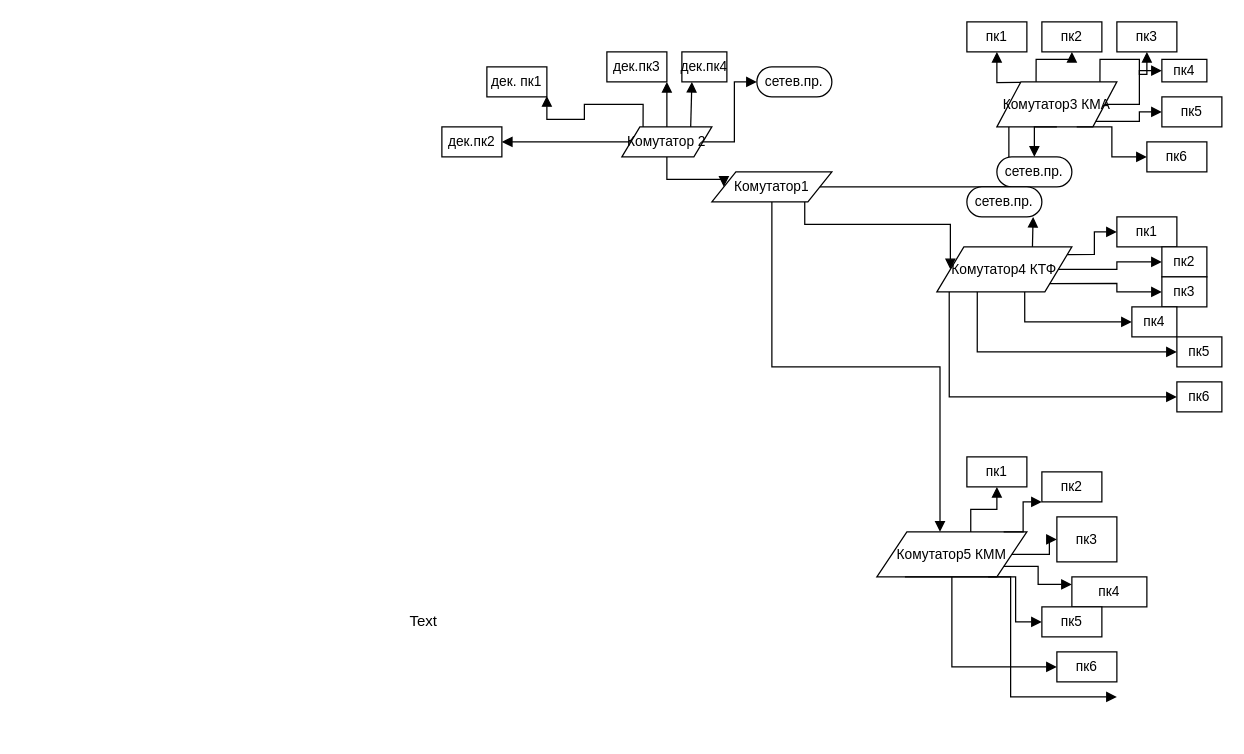
This is Untitled Diagram.drawio from PolinaMaximovna/CompNetworking, a draw.io file, before an edit. Source tidied: cells renumbered, new cells numbered last; positions are measured from the earlier drawing's top-left corner, leaving out a move shared by most shapes. Both pictures are drawn from the tidied source at 125%, with x=0, y=0 at pixel (398, 21).
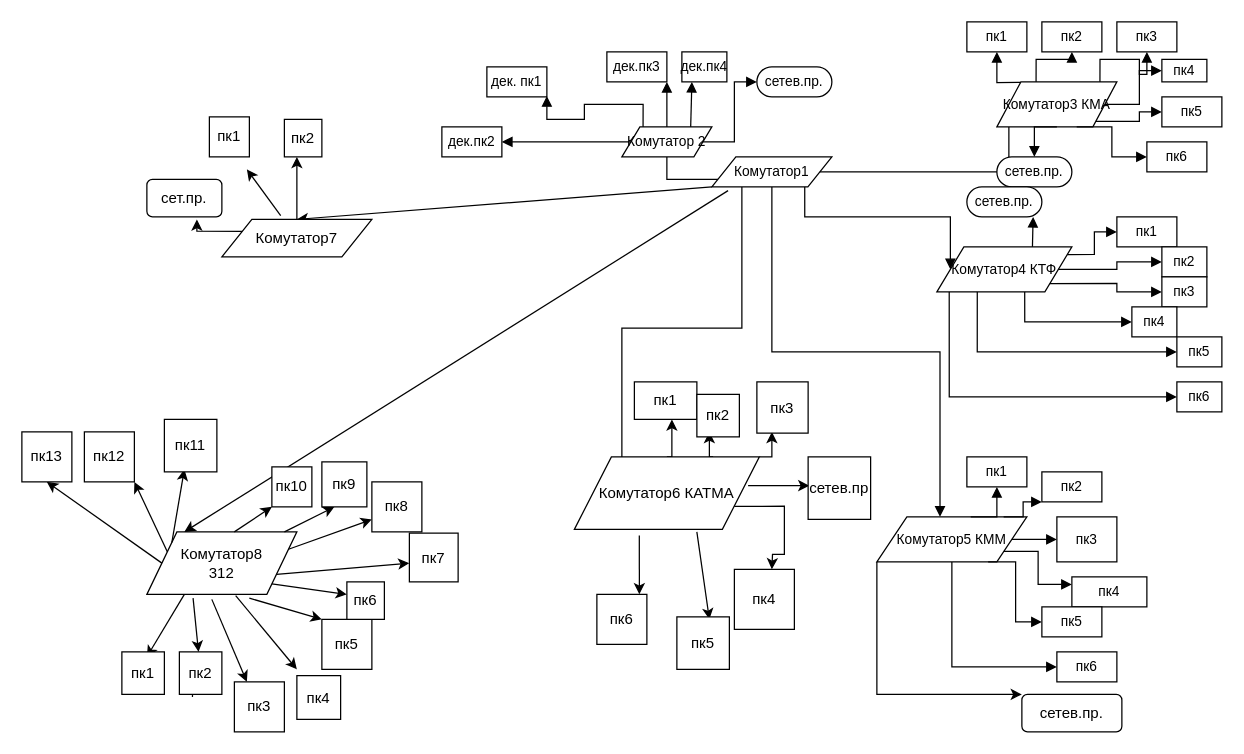
Above is the later version.

The edit, as a diff of the source:
```diff
@@
-    <mxCell id="2" value="Text" style="text;html=1;align=center;verticalAlign=middle;" parent="1" vertex="1">
-      <mxGeometry y="470" width="40" height="20" as="geometry" />
-    </mxCell>
@@
+    <mxCell id="65" style="edgeStyle=orthogonalEdgeStyle;rounded=0;jettySize=auto;html=1;exitX=0.25;exitY=1;exitDx=0;exitDy=0;" parent="1" edge="1" source="15">
+      <mxGeometry relative="1" as="geometry">
+        <mxPoint x="179" y="358" as="targetPoint" />
+        <Array as="points">
+          <mxPoint x="275" y="245" />
+          <mxPoint x="179" y="245" />
+        </Array>
+      </mxGeometry>
+    </mxCell>
     <mxCell id="15" value="Комутатор1" style="html=1;whiteSpace=wrap;shape=parallelogram;perimeter=parallelogramPerimeter;anchorPointDirection=0;fontSize=11;fontColor=#000000;spacing=3;strokeOpacity=100;" parent="1" vertex="1">
-      <mxGeometry x="251" y="120" width="96" height="24" as="geometry" />
+      <mxGeometry x="251" y="108" width="96" height="24" as="geometry" />
     </mxCell>
@@
+    <mxCell id="66" style="edgeStyle=orthogonalEdgeStyle;rounded=0;jettySize=auto;html=1;exitX=0;exitY=1;exitDx=0;exitDy=0;" parent="1" edge="1" source="51">
+      <mxGeometry relative="1" as="geometry">
+        <mxPoint x="499" y="538" as="targetPoint" />
+        <Array as="points">
+          <mxPoint x="383" y="538" />
+          <mxPoint x="469" y="538" />
+        </Array>
+      </mxGeometry>
+    </mxCell>
     <mxCell id="51" value="Комутатор5 КММ" style="html=1;whiteSpace=wrap;shape=parallelogram;perimeter=parallelogramPerimeter;anchorPointDirection=0;fontSize=11;fontColor=#000000;spacing=3;strokeOpacity=100;" parent="1" vertex="1">
-      <mxGeometry x="383" y="408" width="120" height="36" as="geometry" />
+      <mxGeometry x="383" y="396" width="120" height="36" as="geometry" />
     </mxCell>
@@
-    <mxCell id="64" style="html=1;jettySize=18;fontSize=11;strokeOpacity=100;rounded=1;arcSize=0;edgeStyle=elbowEdgeStyle;startArrow=none;endArrow=block;endFill=1;exitX=0.17666666666666692;exitY=1.0166666666666666;exitPerimeter=1;" parent="1" edge="1" source="51">
-      <mxGeometry relative="1" as="geometry">
-        <mxPoint x="575" y="540" as="targetPoint" />
-      </mxGeometry>
-    </mxCell>
+    <mxCell id="67" value="сетев.пр." style="rounded=1;whiteSpace=wrap;html=1;" parent="1" vertex="1">
+      <mxGeometry x="499" y="538" width="80" height="30" as="geometry" />
+    </mxCell>
+    <mxCell id="68" style="edgeStyle=orthogonalEdgeStyle;rounded=0;jettySize=auto;html=1;exitX=0.5;exitY=0;exitDx=0;exitDy=0;" parent="1" edge="1" source="72">
+      <mxGeometry relative="1" as="geometry">
+        <mxPoint x="219" y="318" as="targetPoint" />
+      </mxGeometry>
+    </mxCell>
+    <mxCell id="69" style="edgeStyle=orthogonalEdgeStyle;rounded=0;jettySize=auto;html=1;exitX=0.75;exitY=0;exitDx=0;exitDy=0;" parent="1" edge="1" source="72">
+      <mxGeometry relative="1" as="geometry">
+        <mxPoint x="249" y="328" as="targetPoint" />
+      </mxGeometry>
+    </mxCell>
+    <mxCell id="70" style="edgeStyle=orthogonalEdgeStyle;rounded=0;jettySize=auto;html=1;exitX=1;exitY=0;exitDx=0;exitDy=0;" parent="1" edge="1" source="72">
+      <mxGeometry relative="1" as="geometry">
+        <mxPoint x="299" y="328" as="targetPoint" />
+      </mxGeometry>
+    </mxCell>
+    <mxCell id="71" style="edgeStyle=orthogonalEdgeStyle;rounded=0;jettySize=auto;html=1;exitX=1;exitY=0.75;exitDx=0;exitDy=0;" parent="1" edge="1" source="72">
+      <mxGeometry relative="1" as="geometry">
+        <mxPoint x="299" y="438" as="targetPoint" />
+      </mxGeometry>
+    </mxCell>
+    <mxCell id="72" value="Комутатор6 КАТМА" style="shape=parallelogram;perimeter=parallelogramPerimeter;whiteSpace=wrap;html=1;" parent="1" vertex="1">
+      <mxGeometry x="141" y="348" width="148" height="58" as="geometry" />
+    </mxCell>
+    <mxCell id="73" style="endArrow=classic;html=1;exitX=0.351;exitY=1.086;exitDx=0;exitDy=0;exitPerimeter=0;" parent="1" edge="1" source="72">
+      <mxGeometry relative="1" as="geometry">
+        <mxPoint x="193" y="458" as="targetPoint" />
+      </mxGeometry>
+    </mxCell>
+    <mxCell id="74" value="пк1" style="rounded=0;whiteSpace=wrap;html=1;" parent="1" vertex="1">
+      <mxGeometry x="189" y="288" width="50" height="30" as="geometry" />
+    </mxCell>
+    <mxCell id="75" value="пк2" style="whiteSpace=wrap;html=1;" parent="1" vertex="1">
+      <mxGeometry x="239" y="298" width="34" height="34" as="geometry" />
+    </mxCell>
+    <mxCell id="76" value="пк4" style="whiteSpace=wrap;html=1;" parent="1" vertex="1">
+      <mxGeometry x="269" y="438" width="48" height="48" as="geometry" />
+    </mxCell>
+    <mxCell id="77" value="пк3" style="whiteSpace=wrap;html=1;" parent="1" vertex="1">
+      <mxGeometry x="287" y="288" width="41" height="41" as="geometry" />
+    </mxCell>
+    <mxCell id="78" style="endArrow=classic;html=1;exitX=0.662;exitY=1.034;exitDx=0;exitDy=0;exitPerimeter=0;" parent="1" edge="1" source="72">
+      <mxGeometry relative="1" as="geometry">
+        <mxPoint x="249" y="478" as="targetPoint" />
+        <Array as="points">
+          <mxPoint x="249" y="478" />
+        </Array>
+      </mxGeometry>
+    </mxCell>
+    <mxCell id="79" value="пк5" style="whiteSpace=wrap;html=1;" parent="1" vertex="1">
+      <mxGeometry x="223" y="476" width="42" height="42" as="geometry" />
+    </mxCell>
+    <mxCell id="80" value="пк6" style="whiteSpace=wrap;html=1;" parent="1" vertex="1">
+      <mxGeometry x="159" y="458" width="40" height="40" as="geometry" />
+    </mxCell>
+    <mxCell id="81" style="endArrow=classic;html=1;exitX=0.939;exitY=0.397;exitDx=0;exitDy=0;exitPerimeter=0;" parent="1" edge="1" source="72">
+      <mxGeometry relative="1" as="geometry">
+        <mxPoint x="329" y="371" as="targetPoint" />
+      </mxGeometry>
+    </mxCell>
+    <mxCell id="82" value="сетев.пр" style="whiteSpace=wrap;html=1;" parent="1" vertex="1">
+      <mxGeometry x="328" y="348" width="50" height="50" as="geometry" />
+    </mxCell>
+    <mxCell id="83" style="endArrow=classic;html=1;exitX=0;exitY=1;exitDx=0;exitDy=0;entryX=0.5;entryY=0;entryDx=0;entryDy=0;" parent="1" edge="1" source="15" target="85">
+      <mxGeometry relative="1" as="geometry" />
+    </mxCell>
+    <mxCell id="84" style="edgeStyle=orthogonalEdgeStyle;rounded=0;jettySize=auto;html=1;exitX=0;exitY=0.25;exitDx=0;exitDy=0;" parent="1" edge="1" source="85">
+      <mxGeometry relative="1" as="geometry">
+        <mxPoint x="-161" y="158" as="targetPoint" />
+      </mxGeometry>
+    </mxCell>
+    <mxCell id="85" value="Комутатор7" style="shape=parallelogram;perimeter=parallelogramPerimeter;whiteSpace=wrap;html=1;" parent="1" vertex="1">
+      <mxGeometry x="-141" y="158" width="120" height="30" as="geometry" />
+    </mxCell>
+    <mxCell id="86" style="endArrow=classic;html=1;exitX=0.392;exitY=-0.1;exitDx=0;exitDy=0;exitPerimeter=0;" parent="1" edge="1" source="85">
+      <mxGeometry relative="1" as="geometry">
+        <mxPoint x="-121" y="118" as="targetPoint" />
+      </mxGeometry>
+    </mxCell>
+    <mxCell id="87" value="пк1" style="whiteSpace=wrap;html=1;" parent="1" vertex="1">
+      <mxGeometry x="-151" y="76" width="32" height="32" as="geometry" />
+    </mxCell>
+    <mxCell id="88" style="endArrow=classic;html=1;exitX=0.5;exitY=0;exitDx=0;exitDy=0;" parent="1" edge="1" source="85">
+      <mxGeometry relative="1" as="geometry">
+        <mxPoint x="-81" y="108" as="targetPoint" />
+      </mxGeometry>
+    </mxCell>
+    <mxCell id="89" value="пк2" style="whiteSpace=wrap;html=1;" parent="1" vertex="1">
+      <mxGeometry x="-91" y="78" width="30" height="30" as="geometry" />
+    </mxCell>
+    <mxCell id="90" value="сет.пр." style="rounded=1;whiteSpace=wrap;html=1;" parent="1" vertex="1">
+      <mxGeometry x="-201" y="126" width="60" height="30" as="geometry" />
+    </mxCell>
+    <mxCell id="91" style="endArrow=classic;html=1;exitX=0.135;exitY=1.125;exitDx=0;exitDy=0;exitPerimeter=0;" parent="1" edge="1" source="15">
+      <mxGeometry relative="1" as="geometry">
+        <mxPoint x="-171" y="408" as="targetPoint" />
+      </mxGeometry>
+    </mxCell>
+    <mxCell id="92" value="Комутатор8&lt;br&gt;312" style="shape=parallelogram;perimeter=parallelogramPerimeter;whiteSpace=wrap;html=1;" parent="1" vertex="1">
+      <mxGeometry x="-201" y="408" width="120" height="50" as="geometry" />
+    </mxCell>
+    <mxCell id="93" style="endArrow=classic;html=1;exitX=0.25;exitY=1;exitDx=0;exitDy=0;" parent="1" edge="1" source="92">
+      <mxGeometry relative="1" as="geometry">
+        <mxPoint x="-201" y="508" as="targetPoint" />
+      </mxGeometry>
+    </mxCell>
+    <mxCell id="94" value="пк1" style="whiteSpace=wrap;html=1;" parent="1" vertex="1">
+      <mxGeometry x="-221" y="504" width="34" height="34" as="geometry" />
+    </mxCell>
+    <mxCell id="95" style="endArrow=classic;html=1;exitX=0.308;exitY=1.06;exitDx=0;exitDy=0;exitPerimeter=0;" parent="1" edge="1" source="96">
+      <mxGeometry relative="1" as="geometry">
+        <mxPoint x="-164" y="508" as="targetPoint" />
+      </mxGeometry>
+    </mxCell>
+    <mxCell id="96" value="пк2" style="whiteSpace=wrap;html=1;" parent="1" vertex="1">
+      <mxGeometry x="-175" y="504" width="34" height="34" as="geometry" />
+    </mxCell>
+    <mxCell id="97" style="endArrow=classic;html=1;exitX=0.308;exitY=1.06;exitDx=0;exitDy=0;exitPerimeter=0;" parent="1" edge="1" source="92" target="96">
+      <mxGeometry relative="1" as="geometry" />
+    </mxCell>
+    <mxCell id="98" style="endArrow=classic;html=1;exitX=0.433;exitY=1.08;exitDx=0;exitDy=0;exitPerimeter=0;" parent="1" edge="1" source="92">
+      <mxGeometry relative="1" as="geometry">
+        <mxPoint x="-121" y="528" as="targetPoint" />
+      </mxGeometry>
+    </mxCell>
+    <mxCell id="99" value="пк3" style="whiteSpace=wrap;html=1;" parent="1" vertex="1">
+      <mxGeometry x="-131" y="528" width="40" height="40" as="geometry" />
+    </mxCell>
+    <mxCell id="100" style="endArrow=classic;html=1;exitX=0.592;exitY=1.02;exitDx=0;exitDy=0;exitPerimeter=0;" parent="1" edge="1" source="92">
+      <mxGeometry relative="1" as="geometry">
+        <mxPoint x="-81" y="518" as="targetPoint" />
+      </mxGeometry>
+    </mxCell>
+    <mxCell id="101" value="пк4" style="whiteSpace=wrap;html=1;" parent="1" vertex="1">
+      <mxGeometry x="-81" y="523" width="35" height="35" as="geometry" />
+    </mxCell>
+    <mxCell id="102" style="endArrow=classic;html=1;exitX=0.683;exitY=1.06;exitDx=0;exitDy=0;exitPerimeter=0;" parent="1" edge="1" source="92">
+      <mxGeometry relative="1" as="geometry">
+        <mxPoint x="-61" y="478" as="targetPoint" />
+      </mxGeometry>
+    </mxCell>
+    <mxCell id="103" value="пк5" style="whiteSpace=wrap;html=1;" parent="1" vertex="1">
+      <mxGeometry x="-61" y="478" width="40" height="40" as="geometry" />
+    </mxCell>
+    <mxCell id="104" style="endArrow=classic;html=1;exitX=1;exitY=1;exitDx=0;exitDy=0;" parent="1" edge="1" source="92">
+      <mxGeometry relative="1" as="geometry">
+        <mxPoint x="-41" y="458" as="targetPoint" />
+      </mxGeometry>
+    </mxCell>
+    <mxCell id="105" value="пк6" style="whiteSpace=wrap;html=1;" parent="1" vertex="1">
+      <mxGeometry x="-41" y="448" width="30" height="30" as="geometry" />
+    </mxCell>
+    <mxCell id="106" style="endArrow=classic;html=1;exitX=1;exitY=0.75;exitDx=0;exitDy=0;" parent="1" edge="1" source="92">
+      <mxGeometry relative="1" as="geometry">
+        <mxPoint x="9" y="433" as="targetPoint" />
+      </mxGeometry>
+    </mxCell>
+    <mxCell id="107" value="пк7" style="whiteSpace=wrap;html=1;" parent="1" vertex="1">
+      <mxGeometry x="9" y="409" width="39" height="39" as="geometry" />
+    </mxCell>
+    <mxCell id="108" style="endArrow=classic;html=1;exitX=1;exitY=0.25;exitDx=0;exitDy=0;" parent="1" edge="1" source="92">
+      <mxGeometry relative="1" as="geometry">
+        <mxPoint x="-21" y="398" as="targetPoint" />
+      </mxGeometry>
+    </mxCell>
+    <mxCell id="109" value="пк8" style="whiteSpace=wrap;html=1;" parent="1" vertex="1">
+      <mxGeometry x="-21" y="368" width="40" height="40" as="geometry" />
+    </mxCell>
+    <mxCell id="110" style="endArrow=classic;html=1;exitX=0.917;exitY=0;exitDx=0;exitDy=0;exitPerimeter=0;" parent="1" edge="1" source="92">
+      <mxGeometry relative="1" as="geometry">
+        <mxPoint x="-51" y="388" as="targetPoint" />
+      </mxGeometry>
+    </mxCell>
+    <mxCell id="111" value="пк9" style="whiteSpace=wrap;html=1;" parent="1" vertex="1">
+      <mxGeometry x="-61" y="352" width="36" height="36" as="geometry" />
+    </mxCell>
+    <mxCell id="112" style="endArrow=classic;html=1;exitX=0.583;exitY=0;exitDx=0;exitDy=0;exitPerimeter=0;" parent="1" edge="1" source="92">
+      <mxGeometry relative="1" as="geometry">
+        <mxPoint x="-101" y="388" as="targetPoint" />
+      </mxGeometry>
+    </mxCell>
+    <mxCell id="113" value="пк10" style="whiteSpace=wrap;html=1;" parent="1" vertex="1">
+      <mxGeometry x="-101" y="356" width="32" height="32" as="geometry" />
+    </mxCell>
+    <mxCell id="114" style="endArrow=classic;html=1;exitX=0;exitY=0;exitDx=0;exitDy=0;" parent="1" edge="1" source="92">
+      <mxGeometry relative="1" as="geometry">
+        <mxPoint x="-171" y="358" as="targetPoint" />
+      </mxGeometry>
+    </mxCell>
+    <mxCell id="115" value="пк11" style="whiteSpace=wrap;html=1;" parent="1" vertex="1">
+      <mxGeometry x="-187" y="318" width="42" height="42" as="geometry" />
+    </mxCell>
+    <mxCell id="116" style="endArrow=classic;html=1;exitX=0;exitY=0.25;exitDx=0;exitDy=0;" parent="1" edge="1" source="92">
+      <mxGeometry relative="1" as="geometry">
+        <mxPoint x="-211" y="368" as="targetPoint" />
+      </mxGeometry>
+    </mxCell>
+    <mxCell id="117" value="пк12" style="whiteSpace=wrap;html=1;" parent="1" vertex="1">
+      <mxGeometry x="-251" y="328" width="40" height="40" as="geometry" />
+    </mxCell>
+    <mxCell id="118" style="endArrow=classic;html=1;exitX=0;exitY=0.5;exitDx=0;exitDy=0;" parent="1" edge="1" source="92">
+      <mxGeometry relative="1" as="geometry">
+        <mxPoint x="-281" y="368" as="targetPoint" />
+      </mxGeometry>
+    </mxCell>
+    <mxCell id="119" value="пк13" style="whiteSpace=wrap;html=1;" parent="1" vertex="1">
+      <mxGeometry x="-301" y="328" width="40" height="40" as="geometry" />
+    </mxCell>
```
